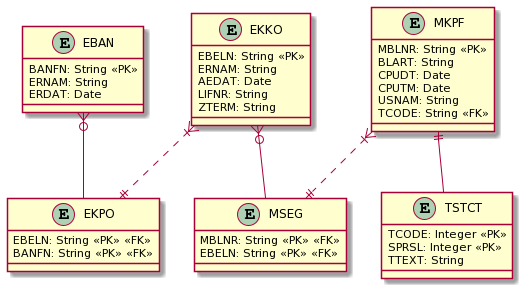
Javert899/sap-extractor keeps this PlantUML diagram as static/p2p_red.png. Above is the earlier version. Source of this version:
```plantuml
@startuml
entity EBAN {
    BANFN: String <<PK>>
    ERNAM: String
    ERDAT: Date
}

entity EKKO {
    EBELN: String <<PK>>
    ERNAM: String
    AEDAT: Date
    LIFNR: String
    ZTERM: String
}

entity EKPO {
    EBELN: String <<PK>> <<FK>>
    BANFN: String <<PK>> <<FK>>
}

entity MKPF {
    MBLNR: String <<PK>>
    BLART: String
    CPUDT: Date
    CPUTM: Date
    USNAM: String
    TCODE: String <<FK>>
}

entity MSEG {
    MBLNR: String <<PK>> <<FK>>
    EBELN: String <<PK>> <<FK>>
}

entity TSTCT {
    TCODE: Integer <<PK>>
    SPRSL: Integer <<PK>>
    TTEXT: String
}

EKKO }|..|| EKPO
EBAN }o-- EKPO
MKPF }|..|| MSEG
EKKO }o-- MSEG
MKPF ||-- TSTCT
@enduml
```
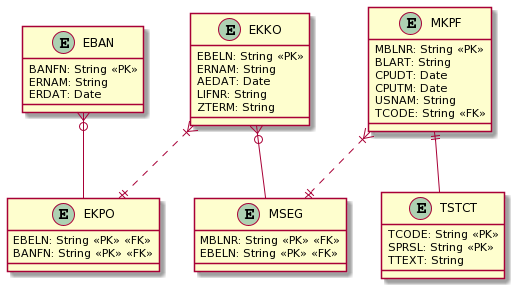
Later version of the same file.

What changed in the source:
```diff
@@ -33,8 +33,8 @@
 }
 
 entity TSTCT {
-    TCODE: Integer <<PK>>
-    SPRSL: Integer <<PK>>
+    TCODE: String <<PK>>
+    SPRSL: String <<PK>>
     TTEXT: String
 }
 
```
